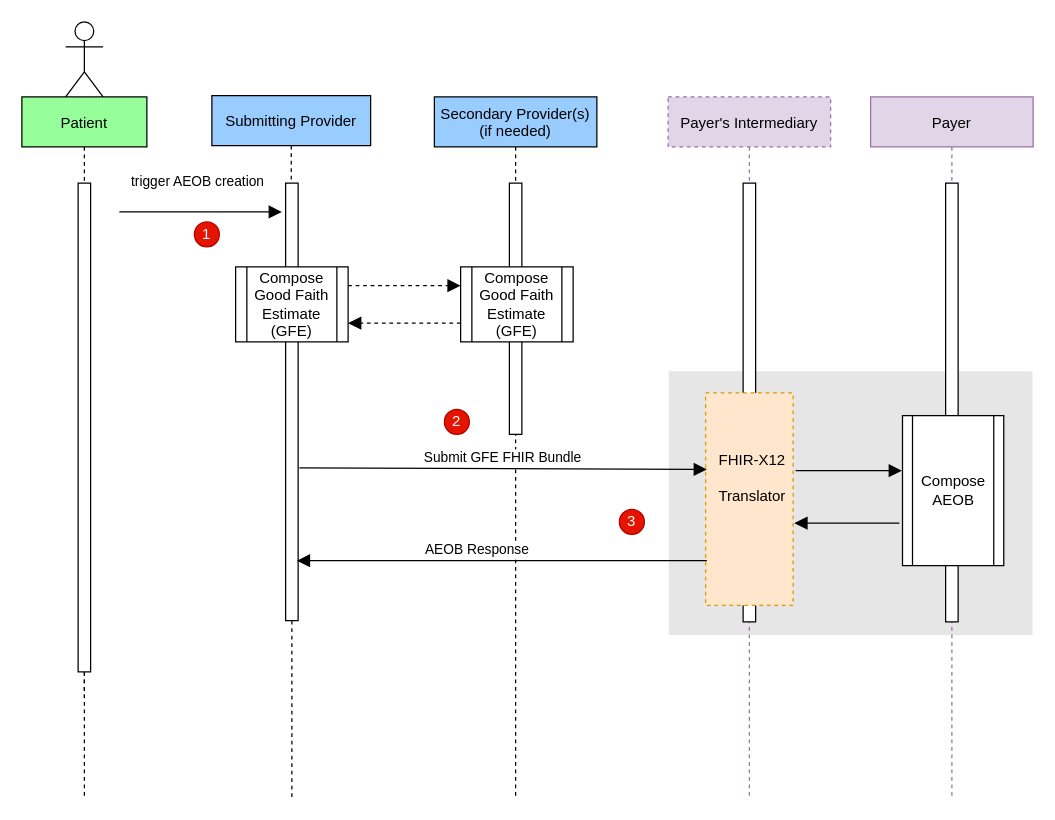
HL7/davinci-pct keeps this draw.io diagram as input/images/SubmitAEOB.drawio. Above is the earlier version. Source tidied: cells renumbered, new cells numbered last; positions are measured from the earlier drawing's top-left corner, leaving out a move shared by most shapes. Both pictures are drawn from the tidied source at 125%, with x=0, y=0 at pixel (21, 21).
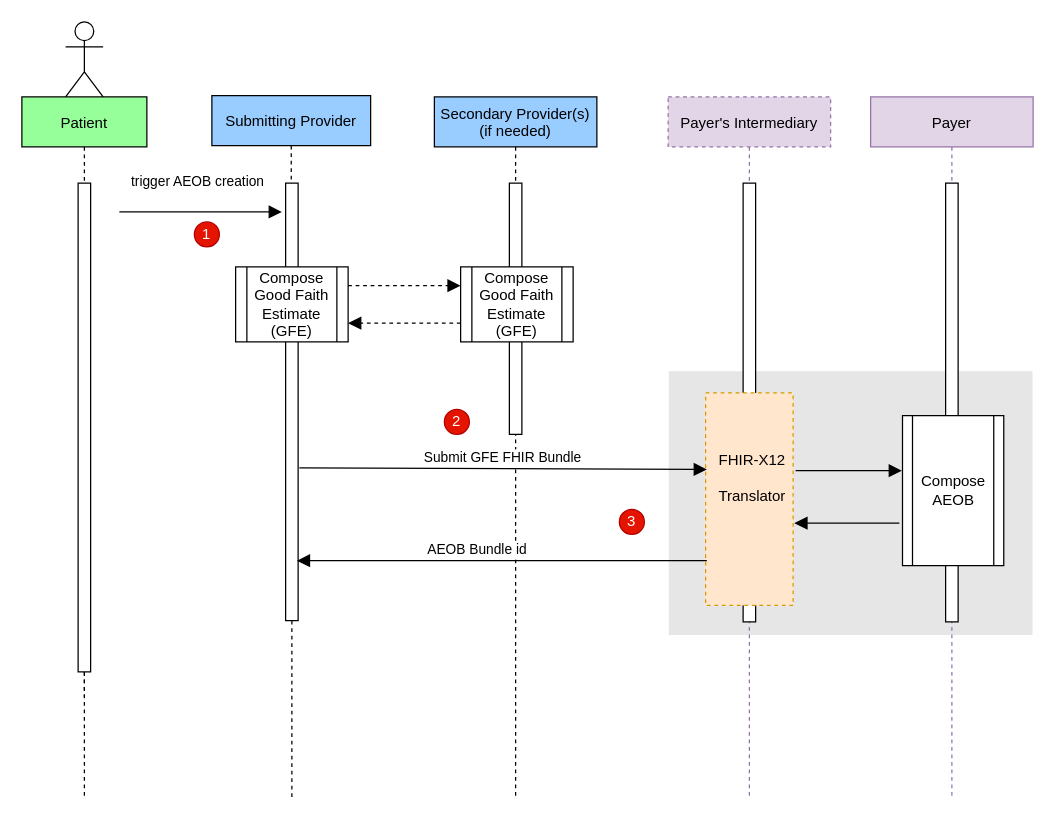
The same page after the edit.

The change refers to these unchanged cells:
```xml
<mxCell id="5" style="points=[];perimeter=orthogonalPerimeter;rounded=0;shadow=0;strokeWidth=1;" parent="4" vertex="1">
  <mxGeometry x="59" y="70" width="10" height="350" as="geometry" />
</mxCell>
```

Change to the diagram source:
```diff
@@
-    <mxCell id="27" value=" AEOB Response" style="verticalAlign=bottom;endArrow=block;endSize=8;shadow=0;strokeWidth=1;endFill=1;entryX=0.9;entryY=0.863;entryDx=0;entryDy=0;entryPerimeter=0;" parent="1" edge="1" target="5">
+    <mxCell id="27" value=" AEOB Bundle id" style="verticalAlign=bottom;endArrow=block;endSize=8;shadow=0;strokeWidth=1;endFill=1;entryX=0.9;entryY=0.863;entryDx=0;entryDy=0;entryPerimeter=0;" parent="1" edge="1" target="5">
       <mxGeometry x="0.13" relative="1" as="geometry">
         <mxPoint x="548" y="431" as="sourcePoint" />
       </mxGeometry>
     </mxCell>
```
